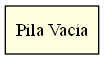
Above: Proyecto01/grafica_pila.png in M-A1201/C-Users-Manuel-Desktop-practica_CS-CursoSharp-PracticaIPC2-IPC2_Proy01_202602_202402501 (Graphviz), before the change. Its source is kept beside it as Proyecto01/grafica_pila.dot.
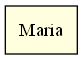
The same file after the commit.

What changed in the source:
```diff
@@ -2,5 +2,5 @@
     rankdir=TB;
     node [shape=record, style=filled, fillcolor=lightyellow];
 
-    vacio [label="Pila Vacía"];
+    nodo0 [label="Maria"];
 }
```
